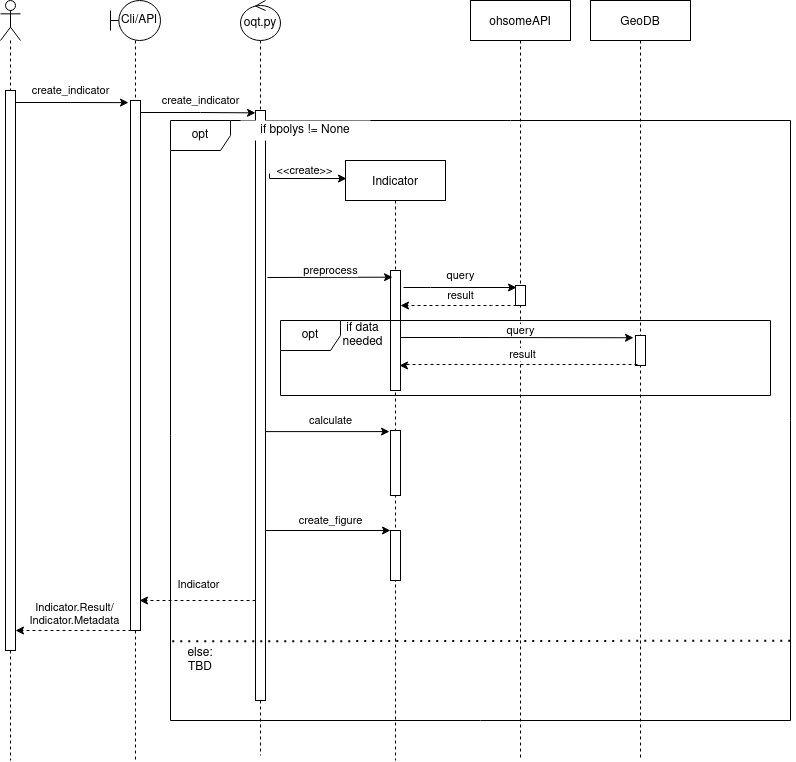
Before: docs/img/UML-Sequence-Diagram.png, a diagram exported from draw.io (GIScience/ohsome-quality-api). Source tidied: cells renumbered, new cells last; positions are measured from the earlier drawing's top-left corner, leaving out a move shared by most shapes.
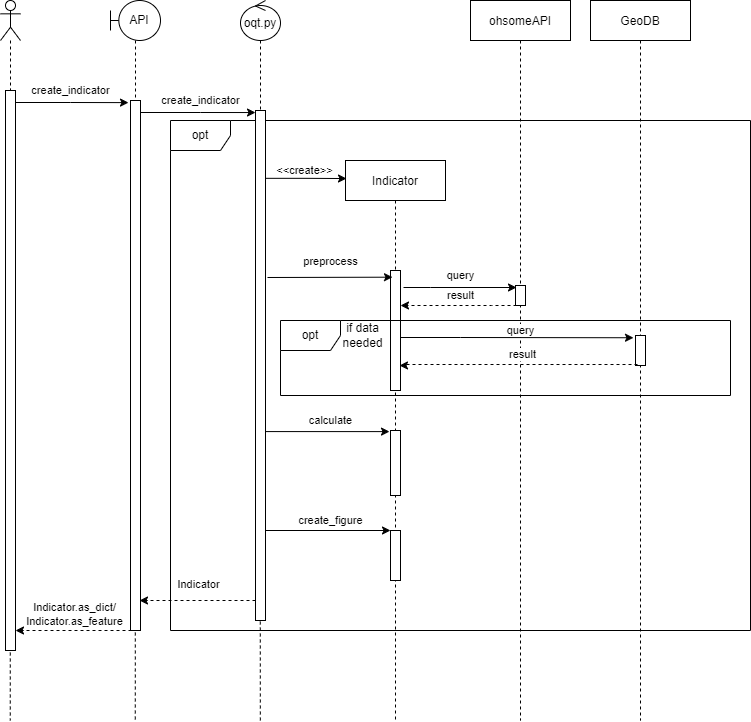
Later version of the same file.

The edit, as a diff of the source:
```diff
@@ -3,10 +3,10 @@
     <mxCell id="0" />
     <mxCell id="1" parent="0" />
     <mxCell id="2" value="opt" style="shape=umlFrame;whiteSpace=wrap;html=1;rounded=0;shadow=0;glass=0;sketch=0;" parent="1" vertex="1">
-      <mxGeometry x="170" y="120" width="620" height="600" as="geometry" />
+      <mxGeometry x="170" y="120" width="580" height="510" as="geometry" />
     </mxCell>
     <mxCell id="3" value="Indicator" style="shape=umlLifeline;perimeter=lifelinePerimeter;rounded=0;shadow=0;strokeWidth=1;glass=0;sketch=0;size=40;" parent="1" vertex="1">
-      <mxGeometry x="345" y="160" width="100" height="600" as="geometry" />
+      <mxGeometry x="345" y="160" width="100" height="560" as="geometry" />
     </mxCell>
     <mxCell id="4" style="points=[];perimeter=orthogonalPerimeter;rounded=0;shadow=0;strokeWidth=1;" parent="3" vertex="1">
       <mxGeometry x="45" y="110" width="10" height="120" as="geometry" />
@@ -17,11 +17,12 @@
     <mxCell id="6" style="points=[];perimeter=orthogonalPerimeter;rounded=0;shadow=0;strokeWidth=1;" parent="3" vertex="1">
       <mxGeometry x="45" y="270" width="10" height="65" as="geometry" />
     </mxCell>
-    <mxCell id="7" style="edgeStyle=orthogonalEdgeStyle;rounded=0;jettySize=auto;html=1;endArrow=none;endFill=0;dashed=1;" parent="1" edge="1" source="16">
+    <mxCell id="7" style="edgeStyle=orthogonalEdgeStyle;rounded=0;orthogonalLoop=1;jettySize=auto;html=1;endArrow=none;endFill=0;dashed=1;" parent="1" edge="1">
       <mxGeometry relative="1" as="geometry">
-        <mxPoint x="10" y="760" as="targetPoint" />
+        <mxPoint x="9.8" y="610" as="sourcePoint" />
+        <mxPoint x="9.8" y="720" as="targetPoint" />
         <Array as="points">
-          <mxPoint x="10" y="500" />
+          <mxPoint x="9.8" y="460" />
         </Array>
       </mxGeometry>
     </mxCell>
@@ -34,19 +35,20 @@
     <mxCell id="10" value="oqt.py" style="ellipse;shape=umlControl;whiteSpace=wrap;html=1;rounded=0;shadow=0;glass=0;sketch=0;" parent="1" vertex="1">
       <mxGeometry x="240" width="40" height="40" as="geometry" />
     </mxCell>
-    <mxCell id="11" style="edgeStyle=orthogonalEdgeStyle;rounded=0;jettySize=auto;html=1;dashed=1;endArrow=none;endFill=0;" parent="1" edge="1" source="19">
+    <mxCell id="11" style="edgeStyle=orthogonalEdgeStyle;rounded=0;orthogonalLoop=1;jettySize=auto;html=1;dashed=1;endArrow=none;endFill=0;" parent="1" edge="1">
       <mxGeometry relative="1" as="geometry">
-        <mxPoint x="135" y="760" as="targetPoint" />
+        <mxPoint x="134.8" y="590" as="sourcePoint" />
+        <mxPoint x="134.8" y="720" as="targetPoint" />
         <Array as="points">
-          <mxPoint x="135" y="710" />
+          <mxPoint x="134.8" y="670" />
         </Array>
       </mxGeometry>
     </mxCell>
-    <mxCell id="12" value="Cli/API" style="shape=umlBoundary;whiteSpace=wrap;html=1;rounded=0;shadow=0;glass=0;sketch=0;" parent="1" vertex="1">
+    <mxCell id="12" value="API" style="shape=umlBoundary;whiteSpace=wrap;html=1;rounded=0;shadow=0;glass=0;sketch=0;" parent="1" vertex="1">
       <mxGeometry x="110" width="50" height="40" as="geometry" />
     </mxCell>
     <mxCell id="13" value="ohsomeAPI" style="shape=umlLifeline;perimeter=lifelinePerimeter;rounded=0;shadow=0;strokeWidth=1;glass=0;sketch=0;" parent="1" vertex="1">
-      <mxGeometry x="470" width="100" height="760" as="geometry" />
+      <mxGeometry x="470" width="100" height="720" as="geometry" />
     </mxCell>
     <mxCell id="14" style="points=[];perimeter=orthogonalPerimeter;rounded=0;shadow=0;strokeWidth=1;" parent="13" vertex="1">
       <mxGeometry x="45" y="285" width="10" height="20" as="geometry" />
@@ -79,11 +81,12 @@
     <mxCell id="20" style="edgeStyle=orthogonalEdgeStyle;rounded=0;jettySize=auto;html=1;dashed=1;endArrow=none;endFill=0;" parent="1" edge="1" source="12" target="19">
       <mxGeometry relative="1" as="geometry" />
     </mxCell>
-    <mxCell id="21" style="edgeStyle=orthogonalEdgeStyle;rounded=0;jettySize=auto;html=1;dashed=1;endArrow=none;endFill=0;" parent="1" edge="1" source="23">
+    <mxCell id="21" style="edgeStyle=orthogonalEdgeStyle;rounded=0;orthogonalLoop=1;jettySize=auto;html=1;dashed=1;endArrow=none;endFill=0;" parent="1" edge="1">
       <mxGeometry relative="1" as="geometry">
-        <mxPoint x="260" y="755" as="targetPoint" />
+        <mxPoint x="259.8" y="585" as="sourcePoint" />
+        <mxPoint x="259.8" y="720" as="targetPoint" />
         <Array as="points">
-          <mxPoint x="260" y="755" />
+          <mxPoint x="259.8" y="720" />
         </Array>
       </mxGeometry>
     </mxCell>
@@ -96,9 +99,9 @@
       </mxGeometry>
     </mxCell>
     <mxCell id="23" style="points=[];perimeter=orthogonalPerimeter;rounded=0;shadow=0;strokeWidth=1;" parent="1" vertex="1">
-      <mxGeometry x="255" y="110" width="10" height="590" as="geometry" />
+      <mxGeometry x="255" y="110" width="10" height="510" as="geometry" />
     </mxCell>
-    <mxCell id="24" value="preprocess" style="edgeStyle=orthogonalEdgeStyle;rounded=0;orthogonalLoop=1;jettySize=auto;html=1;endArrow=classic;endFill=1;entryX=0.47;entryY=0.169;entryDx=0;entryDy=0;entryPerimeter=0;" parent="1" edge="1">
+    <mxCell id="24" value="preprocess" style="edgeStyle=orthogonalEdgeStyle;rounded=0;orthogonalLoop=1;jettySize=auto;html=1;endArrow=classic;endFill=1;entryX=0.47;entryY=0.169;entryDx=0;entryDy=0;entryPerimeter=0;verticalAlign=bottom;" parent="1" edge="1">
       <mxGeometry x="0.01" y="7" relative="1" as="geometry">
         <mxPoint x="267" y="277" as="sourcePoint" />
         <mxPoint x="392" y="276.7" as="targetPoint" />
@@ -115,17 +118,14 @@
         </Array>
       </mxGeometry>
     </mxCell>
-    <mxCell id="26" value="&amp;lt;&amp;lt;create&amp;gt;&amp;gt;" style="edgeStyle=orthogonalEdgeStyle;rounded=0;jettySize=auto;html=1;endArrow=classic;endFill=1;exitX=1.4;exitY=0.107;exitDx=0;exitDy=0;exitPerimeter=0;entryX=0.01;entryY=0.032;entryDx=0;entryDy=0;entryPerimeter=0;" parent="1" edge="1" source="23">
+    <mxCell id="26" value="&amp;lt;&amp;lt;create&amp;gt;&amp;gt;" style="edgeStyle=orthogonalEdgeStyle;rounded=0;jettySize=auto;html=1;endArrow=classic;endFill=1;entryX=0.01;entryY=0.032;entryDx=0;entryDy=0;entryPerimeter=0;exitX=0.991;exitY=0.133;exitDx=0;exitDy=0;exitPerimeter=0;" parent="1" edge="1" source="23">
       <mxGeometry x="-0.05" y="-8" relative="1" as="geometry">
         <mxPoint x="346" y="178" as="targetPoint" />
-        <Array as="points">
-          <mxPoint x="269" y="178" />
-        </Array>
         <mxPoint x="1" y="-16" as="offset" />
       </mxGeometry>
     </mxCell>
     <mxCell id="27" value="GeoDB" style="shape=umlLifeline;perimeter=lifelinePerimeter;rounded=0;shadow=0;strokeWidth=1;glass=0;sketch=0;" parent="1" vertex="1">
-      <mxGeometry x="590" width="100" height="760" as="geometry" />
+      <mxGeometry x="590" width="100" height="720" as="geometry" />
     </mxCell>
     <mxCell id="28" style="points=[];perimeter=orthogonalPerimeter;rounded=0;shadow=0;strokeWidth=1;" parent="27" vertex="1">
       <mxGeometry x="45" y="335" width="10" height="30" as="geometry" />
@@ -157,7 +157,7 @@
       </mxGeometry>
     </mxCell>
     <mxCell id="32" value="opt" style="shape=umlFrame;whiteSpace=wrap;html=1;rounded=0;shadow=0;glass=0;sketch=0;" parent="1" vertex="1">
-      <mxGeometry x="280" y="320" width="490" height="75" as="geometry" />
+      <mxGeometry x="280" y="320" width="450" height="75" as="geometry" />
     </mxCell>
     <mxCell id="33" value="query" style="edgeStyle=orthogonalEdgeStyle;rounded=0;jettySize=auto;html=1;endArrow=classic;endFill=1;entryX=-0.2;entryY=0.075;entryDx=0;entryDy=0;entryPerimeter=0;" parent="1" edge="1" source="4" target="28">
       <mxGeometry x="0.03" y="7" relative="1" as="geometry">
@@ -178,16 +178,7 @@
     <mxCell id="35" value="if data needed" style="text;html=1;strokeColor=none;fillColor=none;align=center;verticalAlign=middle;whiteSpace=wrap;rounded=0;shadow=0;glass=0;sketch=0;" parent="1" vertex="1">
       <mxGeometry x="340" y="320" width="45" height="30" as="geometry" />
     </mxCell>
-    <mxCell id="36" value="if bpolys != None" style="text;html=1;align=center;verticalAlign=middle;whiteSpace=wrap;rounded=0;shadow=0;glass=0;sketch=0;fillColor=#ffffff;" parent="1" vertex="1">
-      <mxGeometry x="240" y="120" width="130" height="20" as="geometry" />
-    </mxCell>
-    <mxCell id="37" style="endArrow=none;dashed=1;html=1;dashPattern=1 3;strokeWidth=2;exitX=0.003;exitY=0.868;exitDx=0;exitDy=0;exitPerimeter=0;entryX=1.005;entryY=0.867;entryDx=0;entryDy=0;entryPerimeter=0;" parent="1" edge="1" source="2" target="2">
-      <mxGeometry relative="1" as="geometry" />
-    </mxCell>
-    <mxCell id="38" value="else: TBD" style="text;html=1;align=center;verticalAlign=middle;whiteSpace=wrap;rounded=0;shadow=0;glass=0;sketch=0;fillColor=#ffffff;" parent="1" vertex="1">
-      <mxGeometry x="180" y="650" width="40" height="20" as="geometry" />
-    </mxCell>
-    <mxCell id="39" value="&lt;div&gt;Indicator.Result/&lt;/div&gt;&lt;div&gt;Indicator.Metadata&lt;br&gt;&lt;/div&gt;" style="edgeStyle=orthogonalEdgeStyle;rounded=0;orthogonalLoop=1;jettySize=auto;html=1;endArrow=classic;endFill=1;dashed=1;" parent="1" edge="1">
+    <mxCell id="39" value="&lt;div&gt;Indicator.as_dict/&lt;/div&gt;&lt;div&gt;Indicator.as_feature&lt;br&gt;&lt;/div&gt;" style="edgeStyle=orthogonalEdgeStyle;rounded=0;orthogonalLoop=1;jettySize=auto;html=1;endArrow=classic;endFill=1;dashed=1;" parent="1" edge="1">
       <mxGeometry x="-0.02" y="-16" relative="1" as="geometry">
         <mxPoint x="131" y="630" as="sourcePoint" />
         <mxPoint x="15" y="630" as="targetPoint" />
```
